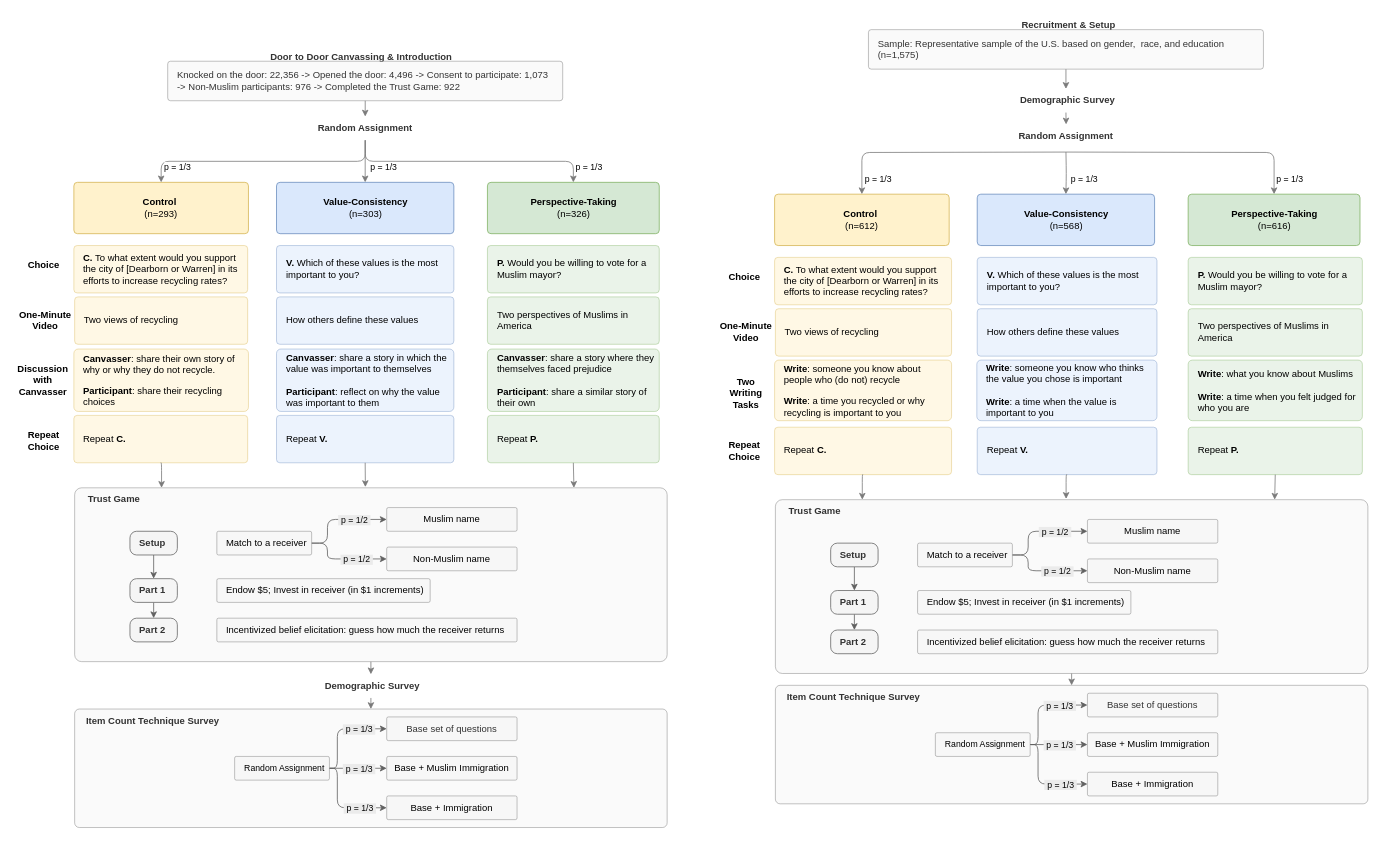
Above: Muslim.drawio in changgge/changgge (draw.io), before the change. Source tidied: cells renumbered, new cells numbered last; positions are measured from the earlier drawing's top-left corner, leaving out a move shared by most shapes. Both pictures are drawn from the tidied source at 79%, with x=0, y=0 at pixel (13, 13).
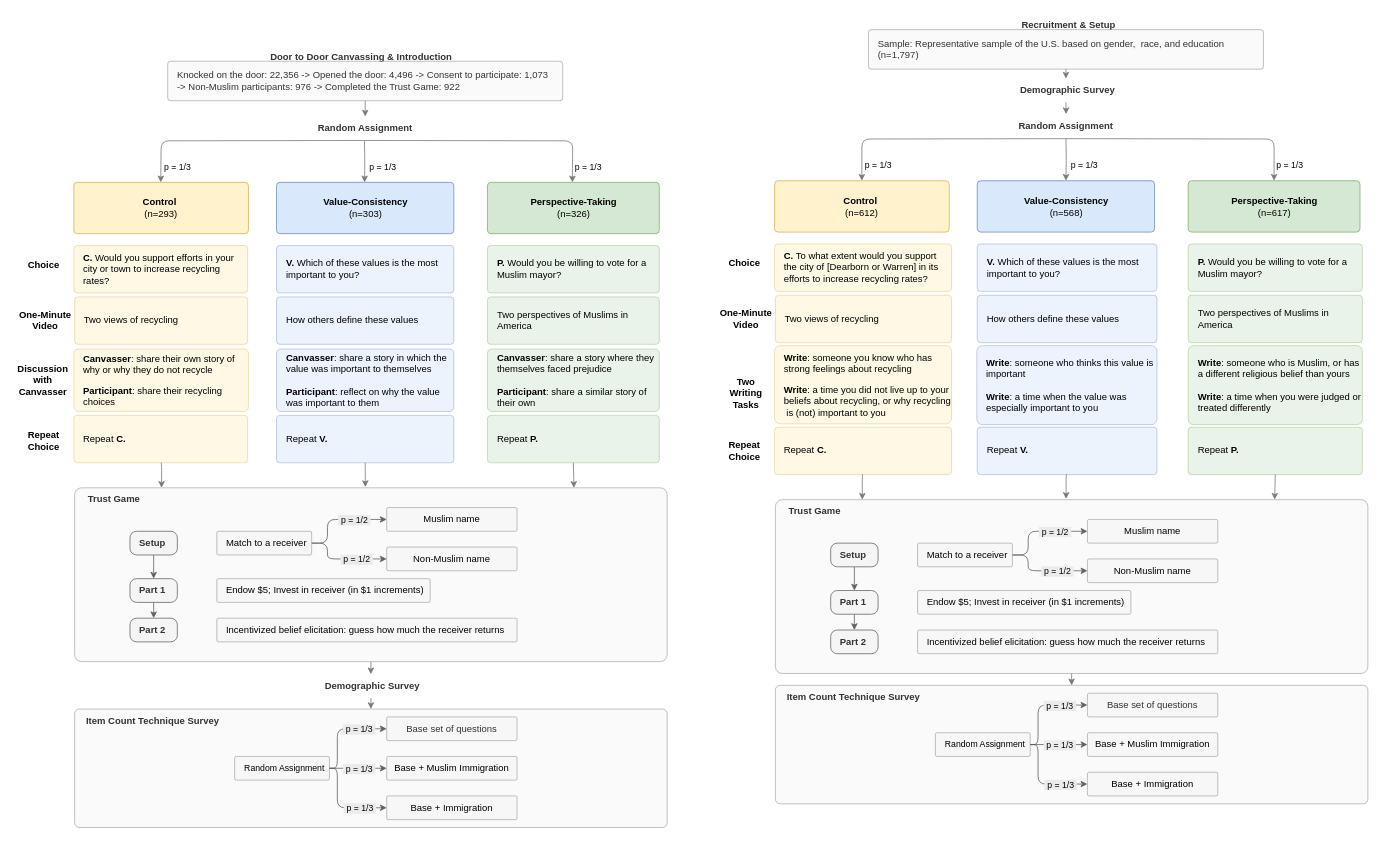
After the change.

Unchanged cells that the change refers to:
```xml
<mxCell id="8" value="&lt;span style=&quot;color: rgb(0, 0, 0);&quot;&gt;&lt;b&gt;Control&amp;nbsp;&lt;/b&gt;&lt;/span&gt;&lt;div&gt;&lt;span style=&quot;color: rgb(0, 0, 0);&quot;&gt;(n=293)&lt;/span&gt;&lt;/div&gt;" style="rounded=1;whiteSpace=wrap;html=1;align=center;spacingLeft=0;fillColor=#fff2cc;strokeColor=#d6b656;arcSize=7;" parent="1" vertex="1">
  <mxGeometry x="76" y="213.3" width="221" height="65" as="geometry" />
</mxCell>
<mxCell id="15" value="Random Assignment" style="rounded=1;whiteSpace=wrap;html=1;align=center;spacingLeft=0;fillColor=none;strokeColor=none;arcSize=28;fontStyle=1;fontColor=#333333;" parent="1" vertex="1">
  <mxGeometry x="364.8" y="130" width="160" height="30" as="geometry" />
</mxCell>
<mxCell id="16" value="&lt;b&gt;Value-Consistency&lt;/b&gt;&lt;div&gt;(n=303)&lt;b&gt;&lt;br&gt;&lt;/b&gt;&lt;/div&gt;" style="rounded=1;whiteSpace=wrap;html=1;align=center;spacingLeft=0;fillColor=#dae8fc;strokeColor=#6c8ebf;arcSize=7;" parent="1" vertex="1">
  <mxGeometry x="332.5" y="213.3" width="224.5" height="65" as="geometry" />
</mxCell>
<mxCell id="17" value="&lt;b&gt;Perspective-Taking&lt;/b&gt;&lt;div&gt;(n=326)&lt;b&gt;&lt;br&gt;&lt;/b&gt;&lt;/div&gt;" style="rounded=1;whiteSpace=wrap;html=1;align=center;spacingLeft=0;fillColor=#d5e8d4;strokeColor=#82b366;arcSize=7;" parent="1" vertex="1">
  <mxGeometry x="599.5" y="213.3" width="217.5" height="65" as="geometry" />
</mxCell>
```

The edit, as a diff of the source:
```diff
@@
-    <mxCell id="2" value="&lt;p&gt;&lt;b&gt;Write&lt;/b&gt;: someone you know about people who (do not) recycle&lt;/p&gt;&lt;p&gt;&lt;b&gt;Write&lt;/b&gt;: a time you recycled or why recycling is important to you&lt;/p&gt;" style="rounded=1;whiteSpace=wrap;html=1;align=left;spacingLeft=10;fillColor=#fff2cc;strokeColor=#d6b656;arcSize=7;opacity=50;" parent="1" vertex="1">
-      <mxGeometry x="963" y="438.3" width="224" height="76.7" as="geometry" />
+    <mxCell id="2" value="&lt;p&gt;&lt;b&gt;Write&lt;/b&gt;: someone you know who has strong feelings about recycling&lt;/p&gt;&lt;p&gt;&lt;b&gt;Write&lt;/b&gt;: a time you did not live up to your beliefs about recycling, or why recycling &amp;nbsp;is (not) important to you&lt;/p&gt;" style="rounded=1;whiteSpace=wrap;html=1;align=left;spacingLeft=10;fillColor=#fff2cc;strokeColor=#d6b656;arcSize=7;opacity=50;" parent="1" vertex="1">
+      <mxGeometry x="963" y="420" width="224" height="99" as="geometry" />
     </mxCell>
-    <mxCell id="3" value="&lt;b&gt;Write&lt;/b&gt;: what you know about Muslims&amp;nbsp;&lt;div&gt;&lt;br&gt;&lt;div&gt;&lt;b&gt;Write&lt;/b&gt;: a time when you felt judged for who you are&lt;/div&gt;&lt;/div&gt;" style="rounded=1;whiteSpace=wrap;html=1;align=left;spacingLeft=10;fillColor=#d5e8d4;strokeColor=#82b366;arcSize=7;opacity=50;" parent="1" vertex="1">
-      <mxGeometry x="1486.5" y="438.3" width="220.5" height="76.7" as="geometry" />
+    <mxCell id="3" value="&lt;b&gt;Write&lt;/b&gt;: someone who is Muslim, or has a different religious belief than yours&amp;nbsp;&lt;div&gt;&lt;br&gt;&lt;div&gt;&lt;b&gt;Write&lt;/b&gt;: a time when you were judged or treated differently&amp;nbsp;&lt;/div&gt;&lt;/div&gt;" style="rounded=1;whiteSpace=wrap;html=1;align=left;spacingLeft=10;fillColor=#d5e8d4;strokeColor=#82b366;arcSize=7;opacity=50;" parent="1" vertex="1">
+      <mxGeometry x="1486.5" y="420" width="220.5" height="100" as="geometry" />
     </mxCell>
-    <mxCell id="4" value="&lt;b&gt;Write&lt;/b&gt;: someone you know who thinks the value you chose is important&amp;nbsp;&lt;div&gt;&lt;br&gt;&lt;/div&gt;&lt;div&gt;&lt;b&gt;Write&lt;/b&gt;: a time when the value is important to you&lt;/div&gt;" style="rounded=1;whiteSpace=wrap;html=1;align=left;spacingLeft=10;fillColor=#dae8fc;strokeColor=#6c8ebf;arcSize=7;opacity=50;" parent="1" vertex="1">
-      <mxGeometry x="1219" y="438.3" width="228" height="76.7" as="geometry" />
+    <mxCell id="4" value="&lt;b&gt;Write&lt;/b&gt;: someone who thinks this value is important&lt;div&gt;&lt;br&gt;&lt;/div&gt;&lt;div&gt;&lt;b&gt;Write&lt;/b&gt;: a time when the value was especially important to you&lt;/div&gt;" style="rounded=1;whiteSpace=wrap;html=1;align=left;spacingLeft=10;fillColor=#dae8fc;strokeColor=#6c8ebf;arcSize=7;opacity=50;" parent="1" vertex="1">
+      <mxGeometry x="1219" y="420" width="228" height="100" as="geometry" />
     </mxCell>
@@
-    <mxCell id="11" style="edgeStyle=orthogonalEdgeStyle;rounded=1;jettySize=auto;html=1;exitX=0.5;exitY=1;exitDx=0;exitDy=0;entryX=0.5;entryY=0;entryDx=0;entryDy=0;curved=0;strokeColor=light-dark(#7a7a7a, #ededed);" parent="1" edge="1" source="15" target="8">
-      <mxGeometry relative="1" as="geometry" />
-    </mxCell>
-    <mxCell id="12" value="p = 1/3" style="edgeLabel;html=1;align=center;verticalAlign=middle;" parent="11" vertex="1">
-      <mxGeometry x="0.86" y="-2" relative="1" as="geometry">
-        <mxPoint x="22" y="2" as="offset" />
-      </mxGeometry>
-    </mxCell>
-    <mxCell id="13" style="edgeStyle=orthogonalEdgeStyle;rounded=1;jettySize=auto;html=1;exitX=0.5;exitY=1;exitDx=0;exitDy=0;entryX=0.5;entryY=0;entryDx=0;entryDy=0;curved=0;strokeColor=light-dark(#7a7a7a, #ededed);" parent="1" edge="1" source="15" target="16">
-      <mxGeometry relative="1" as="geometry" />
-    </mxCell>
-    <mxCell id="14" style="edgeStyle=orthogonalEdgeStyle;rounded=1;jettySize=auto;html=1;exitX=0.5;exitY=1;exitDx=0;exitDy=0;entryX=0.5;entryY=0;entryDx=0;entryDy=0;curved=0;strokeColor=light-dark(#7a7a7a, #ededed);" parent="1" edge="1" source="15" target="17">
-      <mxGeometry relative="1" as="geometry" />
-    </mxCell>
@@
-    <mxCell id="30" value="&lt;p&gt;&lt;font color=&quot;#000000&quot;&gt;&lt;span style=&quot;caret-color: rgb(0, 0, 0);&quot;&gt;&lt;b&gt;C.&amp;nbsp;&lt;/b&gt;To what extent would you support the city of [Dearborn or Warren] in its efforts to increase recycling rates?&amp;nbsp;&lt;/span&gt;&lt;/font&gt;&lt;/p&gt;" style="rounded=1;whiteSpace=wrap;html=1;align=left;spacingLeft=10;fillColor=#fff2cc;strokeColor=#d6b656;arcSize=7;opacity=50;" parent="1" vertex="1">
+    <mxCell id="30" value="&lt;p&gt;&lt;font color=&quot;#000000&quot;&gt;&lt;span style=&quot;caret-color: rgb(0, 0, 0);&quot;&gt;&lt;b&gt;C.&lt;/b&gt; Would you support efforts in your city or town to increase recycling rates?&amp;nbsp;&lt;/span&gt;&lt;/font&gt;&lt;/p&gt;" style="rounded=1;whiteSpace=wrap;html=1;align=left;spacingLeft=10;fillColor=#fff2cc;strokeColor=#d6b656;arcSize=7;opacity=50;" parent="1" vertex="1">
       <mxGeometry x="76" y="293.3" width="220" height="60" as="geometry" />
     </mxCell>
@@
-    <mxCell id="32" value="&lt;p&gt;&lt;b&gt;Canvasser&lt;/b&gt;: share their own story of why or why they do not recycle.&lt;/p&gt;&lt;p&gt;&lt;b&gt;Participant&lt;/b&gt;: share their recycling choices&lt;/p&gt;" style="rounded=1;whiteSpace=wrap;html=1;align=left;spacingLeft=10;fillColor=#fff2cc;strokeColor=#d6b656;arcSize=7;opacity=50;" parent="1" vertex="1">
+    <mxCell id="32" value="&lt;p&gt;&lt;b&gt;Canvasser&lt;/b&gt;: share their own story of why or why they do not recycle&lt;/p&gt;&lt;p&gt;&lt;b&gt;Participant&lt;/b&gt;: share their recycling choices&lt;/p&gt;" style="rounded=1;whiteSpace=wrap;html=1;align=left;spacingLeft=10;fillColor=#fff2cc;strokeColor=#d6b656;arcSize=7;opacity=50;" parent="1" vertex="1">
       <mxGeometry x="76" y="424.3" width="221" height="79" as="geometry" />
     </mxCell>
@@
-    <mxCell id="59" value="p = 1/3" style="edgeLabel;html=1;align=center;verticalAlign=middle;" parent="1" vertex="1">
-      <mxGeometry x="467" y="193.3" as="geometry" />
-    </mxCell>
-    <mxCell id="60" value="p = 1/3" style="edgeLabel;html=1;align=center;verticalAlign=middle;" parent="1" vertex="1">
-      <mxGeometry x="727" y="193.3" as="geometry" />
-    </mxCell>
@@
     <mxCell id="71" value="&lt;span style=&quot;color: rgb(0, 0, 0);&quot;&gt;&lt;b&gt;Control&amp;nbsp;&lt;/b&gt;&lt;/span&gt;&lt;div&gt;&lt;span style=&quot;color: rgb(0, 0, 0);&quot;&gt;(n=612)&lt;/span&gt;&lt;/div&gt;" style="rounded=1;whiteSpace=wrap;html=1;align=center;spacingLeft=0;fillColor=#fff2cc;strokeColor=#d6b656;arcSize=7;" parent="1" vertex="1">
-      <mxGeometry x="963" y="228.3" width="221" height="65" as="geometry" />
+      <mxGeometry x="963" y="211.3" width="221" height="65" as="geometry" />
     </mxCell>
@@
     <mxCell id="74" style="edgeStyle=orthogonalEdgeStyle;rounded=1;jettySize=auto;html=1;exitX=0.5;exitY=1;exitDx=0;exitDy=0;entryX=0.5;entryY=0;entryDx=0;entryDy=0;curved=0;strokeColor=light-dark(#7a7a7a, #ededed);" parent="1" edge="1" target="71">
       <mxGeometry relative="1" as="geometry">
-        <mxPoint x="1331.8" y="175" as="sourcePoint" />
+        <mxPoint x="1331.8" y="158" as="sourcePoint" />
       </mxGeometry>
     </mxCell>
@@
     <mxCell id="76" style="edgeStyle=orthogonalEdgeStyle;rounded=1;jettySize=auto;html=1;exitX=0.5;exitY=1;exitDx=0;exitDy=0;entryX=0.5;entryY=0;entryDx=0;entryDy=0;curved=0;strokeColor=light-dark(#7a7a7a, #ededed);" parent="1" edge="1" target="79">
       <mxGeometry relative="1" as="geometry">
-        <mxPoint x="1331.8" y="175" as="sourcePoint" />
+        <mxPoint x="1331.8" y="158" as="sourcePoint" />
       </mxGeometry>
     </mxCell>
     <mxCell id="77" style="edgeStyle=orthogonalEdgeStyle;rounded=1;jettySize=auto;html=1;exitX=0.5;exitY=1;exitDx=0;exitDy=0;entryX=0.5;entryY=0;entryDx=0;entryDy=0;curved=0;strokeColor=light-dark(#7a7a7a, #ededed);" parent="1" edge="1" target="80">
       <mxGeometry relative="1" as="geometry">
-        <mxPoint x="1331.8" y="175" as="sourcePoint" />
+        <mxPoint x="1331.8" y="158" as="sourcePoint" />
       </mxGeometry>
     </mxCell>
     <mxCell id="78" value="Random Assignment" style="rounded=1;whiteSpace=wrap;html=1;align=center;spacingLeft=0;fillColor=none;strokeColor=none;arcSize=28;fontStyle=1;fontColor=#333333;" parent="1" vertex="1">
-      <mxGeometry x="1252" y="140" width="160" height="30" as="geometry" />
+      <mxGeometry x="1252" y="127" width="160" height="30" as="geometry" />
     </mxCell>
     <mxCell id="79" value="&lt;b&gt;Value-Consistency&lt;/b&gt;&lt;div&gt;(n=568)&lt;b&gt;&lt;br&gt;&lt;/b&gt;&lt;/div&gt;" style="rounded=1;whiteSpace=wrap;html=1;align=center;spacingLeft=0;fillColor=#dae8fc;strokeColor=#6c8ebf;arcSize=7;" parent="1" vertex="1">
-      <mxGeometry x="1219.5" y="228.3" width="224.5" height="65" as="geometry" />
+      <mxGeometry x="1219.5" y="211.3" width="224.5" height="65" as="geometry" />
     </mxCell>
-    <mxCell id="80" value="&lt;b&gt;Perspective-Taking&lt;/b&gt;&lt;div&gt;(n=616)&lt;b&gt;&lt;br&gt;&lt;/b&gt;&lt;/div&gt;" style="rounded=1;whiteSpace=wrap;html=1;align=center;spacingLeft=0;fillColor=#d5e8d4;strokeColor=#82b366;arcSize=7;" parent="1" vertex="1">
-      <mxGeometry x="1486.5" y="228.3" width="217.5" height="65" as="geometry" />
+    <mxCell id="80" value="&lt;b&gt;Perspective-Taking&lt;/b&gt;&lt;div&gt;(n=617)&lt;b&gt;&lt;br&gt;&lt;/b&gt;&lt;/div&gt;" style="rounded=1;whiteSpace=wrap;html=1;align=center;spacingLeft=0;fillColor=#d5e8d4;strokeColor=#82b366;arcSize=7;" parent="1" vertex="1">
+      <mxGeometry x="1486.5" y="211.3" width="217.5" height="65" as="geometry" />
     </mxCell>
@@
     <mxCell id="93" value="&lt;p&gt;&lt;font color=&quot;#000000&quot;&gt;&lt;span style=&quot;caret-color: rgb(0, 0, 0);&quot;&gt;&lt;b&gt;C.&amp;nbsp;&lt;/b&gt;To what extent would you support the city of [Dearborn or Warren] in its efforts to increase recycling rates?&amp;nbsp;&lt;/span&gt;&lt;/font&gt;&lt;/p&gt;" style="rounded=1;whiteSpace=wrap;html=1;align=left;spacingLeft=10;fillColor=#fff2cc;strokeColor=#d6b656;arcSize=7;opacity=50;" parent="1" vertex="1">
-      <mxGeometry x="963" y="308.3" width="224" height="60" as="geometry" />
+      <mxGeometry x="963" y="291.3" width="224" height="60" as="geometry" />
     </mxCell>
     <mxCell id="94" value="&lt;p&gt;Two views of recycling&lt;/p&gt;" style="rounded=1;whiteSpace=wrap;html=1;align=left;spacingLeft=10;fillColor=#fff2cc;strokeColor=#d6b656;arcSize=7;opacity=50;" parent="1" vertex="1">
-      <mxGeometry x="964" y="373.3" width="223" height="60" as="geometry" />
+      <mxGeometry x="964" y="356.3" width="223" height="60" as="geometry" />
     </mxCell>
     <mxCell id="95" value="&lt;b&gt;V.&lt;/b&gt;&amp;nbsp;Which of these values is the most important to you?&amp;nbsp;" style="rounded=1;whiteSpace=wrap;html=1;align=left;spacingLeft=10;fillColor=#dae8fc;strokeColor=#6c8ebf;arcSize=7;opacity=50;" parent="1" vertex="1">
-      <mxGeometry x="1219.5" y="308.3" width="227.5" height="60" as="geometry" />
+      <mxGeometry x="1219.5" y="291.3" width="227.5" height="60" as="geometry" />
     </mxCell>
     <mxCell id="96" value="&lt;b&gt;P.&lt;/b&gt;&amp;nbsp;Would you be willing to vote for a Muslim mayor?" style="rounded=1;whiteSpace=wrap;html=1;align=left;spacingLeft=10;fillColor=#d5e8d4;strokeColor=#82b366;arcSize=7;opacity=50;" parent="1" vertex="1">
-      <mxGeometry x="1486.5" y="308.3" width="220.5" height="60" as="geometry" />
+      <mxGeometry x="1486.5" y="291.3" width="220.5" height="60" as="geometry" />
     </mxCell>
     <mxCell id="97" value="&lt;span&gt;T&lt;/span&gt;wo perspectives of Muslims in America" style="rounded=1;whiteSpace=wrap;html=1;align=left;spacingLeft=10;fillColor=#d5e8d4;strokeColor=#82b366;arcSize=7;opacity=50;fontStyle=0;" parent="1" vertex="1">
-      <mxGeometry x="1486.5" y="373.3" width="220.5" height="60" as="geometry" />
+      <mxGeometry x="1486.5" y="356.3" width="220.5" height="60" as="geometry" />
     </mxCell>
     <mxCell id="98" value="&lt;span&gt;H&lt;/span&gt;ow others define these values" style="rounded=1;whiteSpace=wrap;html=1;align=left;spacingLeft=10;fillColor=#dae8fc;strokeColor=#6c8ebf;arcSize=7;opacity=50;fontStyle=0;" parent="1" vertex="1">
-      <mxGeometry x="1219.5" y="373.3" width="227.5" height="60" as="geometry" />
+      <mxGeometry x="1219.5" y="356.3" width="227.5" height="60" as="geometry" />
     </mxCell>
     <mxCell id="99" value="Choice" style="text;html=1;whiteSpace=wrap;strokeColor=none;fillColor=none;align=left;verticalAlign=middle;rounded=0;fontStyle=1;" parent="1" vertex="1">
-      <mxGeometry x="903" y="318.3" width="60" height="30" as="geometry" />
+      <mxGeometry x="903" y="301.3" width="60" height="30" as="geometry" />
     </mxCell>
@@
     <mxCell id="114" value="One-Minute Video" style="text;html=1;whiteSpace=wrap;strokeColor=none;fillColor=none;align=center;verticalAlign=middle;rounded=0;fontStyle=1;" parent="1" vertex="1">
-      <mxGeometry x="887" y="388.3" width="80" height="30" as="geometry" />
+      <mxGeometry x="887" y="371.3" width="80" height="30" as="geometry" />
     </mxCell>
-    <mxCell id="115" value="Sample: Representative sample of the U.S. based on gender, &amp;nbsp;race, and education (n=1,575)" style="rounded=1;whiteSpace=wrap;html=1;align=left;spacingLeft=10;fillColor=#f5f5f5;strokeColor=#666666;arcSize=7;opacity=50;fontColor=#333333;fontStyle=0;" parent="1" vertex="1">
+    <mxCell id="115" value="Sample: Representative sample of the U.S. based on gender, &amp;nbsp;race, and education (n=1,797)" style="rounded=1;whiteSpace=wrap;html=1;align=left;spacingLeft=10;fillColor=#f5f5f5;strokeColor=#666666;arcSize=7;opacity=50;fontColor=#333333;fontStyle=0;" parent="1" vertex="1">
       <mxGeometry x="1081.8" y="20" width="500" height="50" as="geometry" />
     </mxCell>
     <mxCell id="116" value="p = 1/3" style="edgeLabel;html=1;align=center;verticalAlign=middle;" parent="1" vertex="1">
-      <mxGeometry x="1354" y="208.3" as="geometry" />
+      <mxGeometry x="1354" y="191.3" as="geometry" />
     </mxCell>
     <mxCell id="117" value="p = 1/3" style="edgeLabel;html=1;align=center;verticalAlign=middle;" parent="1" vertex="1">
-      <mxGeometry x="1614" y="208.3" as="geometry" />
+      <mxGeometry x="1614" y="191.3" as="geometry" />
     </mxCell>
@@
     <mxCell id="126" value="Demographic Survey" style="rounded=1;whiteSpace=wrap;html=1;align=left;spacingLeft=10;fillColor=none;strokeColor=none;arcSize=28;fontStyle=1;fontColor=#333333;" parent="1" vertex="1">
-      <mxGeometry x="1261.8" y="95" width="140" height="30" as="geometry" />
+      <mxGeometry x="1261.8" y="82" width="140" height="30" as="geometry" />
     </mxCell>
@@
+    <mxCell id="128" style="edgeStyle=orthogonalEdgeStyle;rounded=1;orthogonalLoop=1;jettySize=auto;html=1;exitX=0.5;exitY=1;exitDx=0;exitDy=0;entryX=0.5;entryY=0;entryDx=0;entryDy=0;curved=0;strokeColor=light-dark(#7a7a7a, #ededed);" parent="1" edge="1">
+      <mxGeometry relative="1" as="geometry">
+        <mxPoint x="443.8" y="160.3" as="sourcePoint" />
+        <mxPoint x="186" y="213.3" as="targetPoint" />
+      </mxGeometry>
+    </mxCell>
+    <mxCell id="129" value="p = 1/3" style="edgeLabel;html=1;align=center;verticalAlign=middle;" parent="128" vertex="1">
+      <mxGeometry x="0.86" y="-2" relative="1" as="geometry">
+        <mxPoint x="22" y="2" as="offset" />
+      </mxGeometry>
+    </mxCell>
+    <mxCell id="130" style="edgeStyle=orthogonalEdgeStyle;rounded=1;orthogonalLoop=1;jettySize=auto;html=1;exitX=0.5;exitY=1;exitDx=0;exitDy=0;entryX=0.5;entryY=0;entryDx=0;entryDy=0;curved=0;strokeColor=light-dark(#7a7a7a, #ededed);" parent="1" edge="1">
+      <mxGeometry relative="1" as="geometry">
+        <mxPoint x="443.8" y="160.3" as="sourcePoint" />
+        <mxPoint x="444" y="213.3" as="targetPoint" />
+      </mxGeometry>
+    </mxCell>
+    <mxCell id="131" style="edgeStyle=orthogonalEdgeStyle;rounded=1;orthogonalLoop=1;jettySize=auto;html=1;exitX=0.5;exitY=1;exitDx=0;exitDy=0;entryX=0.5;entryY=0;entryDx=0;entryDy=0;curved=0;strokeColor=light-dark(#7a7a7a, #ededed);" parent="1" edge="1">
+      <mxGeometry relative="1" as="geometry">
+        <mxPoint x="443.8" y="160.3" as="sourcePoint" />
+        <mxPoint x="707" y="213.3" as="targetPoint" />
+      </mxGeometry>
+    </mxCell>
+    <mxCell id="132" value="p = 1/3" style="edgeLabel;html=1;align=center;verticalAlign=middle;" parent="1" vertex="1">
+      <mxGeometry x="466" y="193.6" as="geometry" />
+    </mxCell>
+    <mxCell id="133" value="p = 1/3" style="edgeLabel;html=1;align=center;verticalAlign=middle;" parent="1" vertex="1">
+      <mxGeometry x="726" y="193.6" as="geometry" />
+    </mxCell>
```
